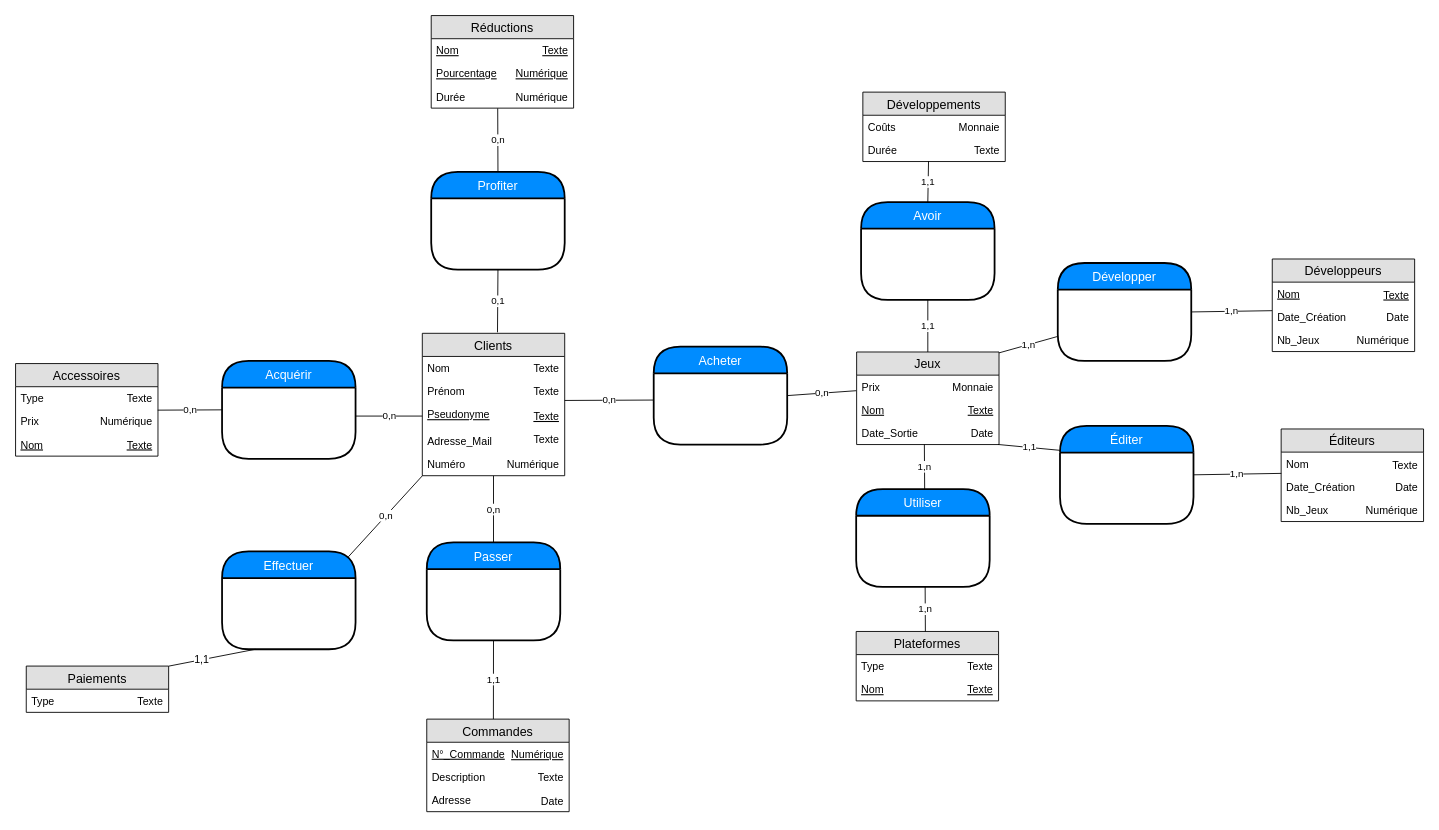
Before: MCD.drawio in Mounir37/MA-08-TGN-MFX, a draw.io diagram. Source tidied: cells renumbered, new cells numbered last; positions are measured from the earlier drawing's top-left corner, leaving out a move shared by most shapes. Both pictures are drawn from the tidied source at 89%, with x=0, y=0 at pixel (15, 15).
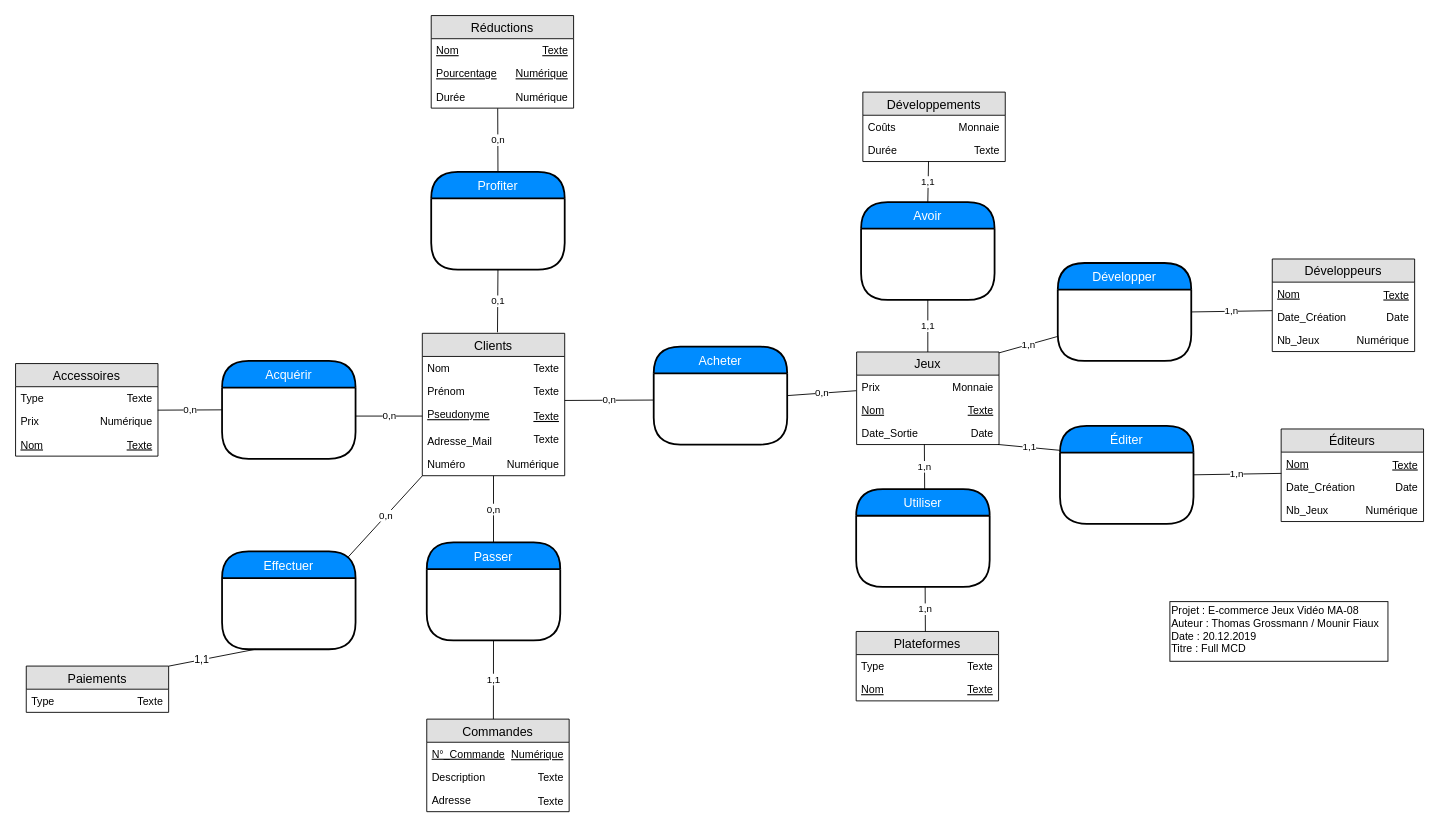
The same page after the edit.

The change refers to these unchanged cells:
```xml
<mxCell id="40" value="Éditeurs" style="swimlane;fontStyle=0;horizontal=1;startSize=26;fillColor=#e0e0e0;swimlaneFillColor=#ffffff;align=center;fontSize=14;" parent="39" vertex="1">
  <mxGeometry width="160" height="104" as="geometry" />
</mxCell>
```

The edit, as a diff of the source:
```diff
@@
-    <mxCell id="41" value="Nom" style="text;strokeColor=none;fillColor=none;spacingLeft=4;spacingRight=4;overflow=hidden;points=[[0,0.5],[1,0.5]];portConstraint=eastwest;fontSize=12;" parent="40" vertex="1">
+    <mxCell id="41" value="Nom" style="text;strokeColor=none;fillColor=none;spacingLeft=4;spacingRight=4;overflow=hidden;points=[[0,0.5],[1,0.5]];portConstraint=eastwest;fontSize=12;fontStyle=4;" parent="40" vertex="1">
       <mxGeometry y="26" width="160" height="26" as="geometry" />
     </mxCell>
@@
-    <mxCell id="44" value="Texte" style="text;strokeColor=none;fillColor=none;spacingLeft=4;spacingRight=4;overflow=hidden;fontSize=12;align=right;" parent="1" vertex="1">
+    <mxCell id="44" value="Texte" style="text;strokeColor=none;fillColor=none;spacingLeft=4;spacingRight=4;overflow=hidden;fontSize=12;align=right;horizontal=1;fontStyle=4;" parent="1" vertex="1">
       <mxGeometry x="1497" y="491.5" width="85" height="26" as="geometry" />
     </mxCell>
@@
-    <mxCell id="55" value="Date" style="text;strokeColor=none;fillColor=none;spacingLeft=4;spacingRight=4;overflow=hidden;fontSize=12;align=right;" parent="1" vertex="1">
+    <mxCell id="55" value="Texte" style="text;strokeColor=none;fillColor=none;spacingLeft=4;spacingRight=4;overflow=hidden;fontSize=12;align=right;" parent="1" vertex="1">
       <mxGeometry x="537" y="869" width="85" height="26" as="geometry" />
     </mxCell>
@@
+    <mxCell id="100" style="group;" parent="1" vertex="1">
+      <mxGeometry x="1297" y="658.5" width="250" height="67" as="geometry" />
+    </mxCell>
+    <mxCell id="101" style="rounded=0;whiteSpace=wrap;html=1;" parent="100" vertex="1">
+      <mxGeometry width="245" height="67" as="geometry" />
+    </mxCell>
+    <mxCell id="102" value="Projet : E-commerce Jeux Vidéo MA-08&lt;br&gt;Auteur : Thomas Grossmann / Mounir Fiaux&lt;br&gt;Date : 20.12.2019&lt;br&gt;Titre : Full MCD&lt;br&gt;" style="text;html=1;align=left;verticalAlign=top;spacingTop=-4;" parent="100" vertex="1">
+      <mxGeometry y="0.5" width="250" height="60" as="geometry" />
+    </mxCell>
```
